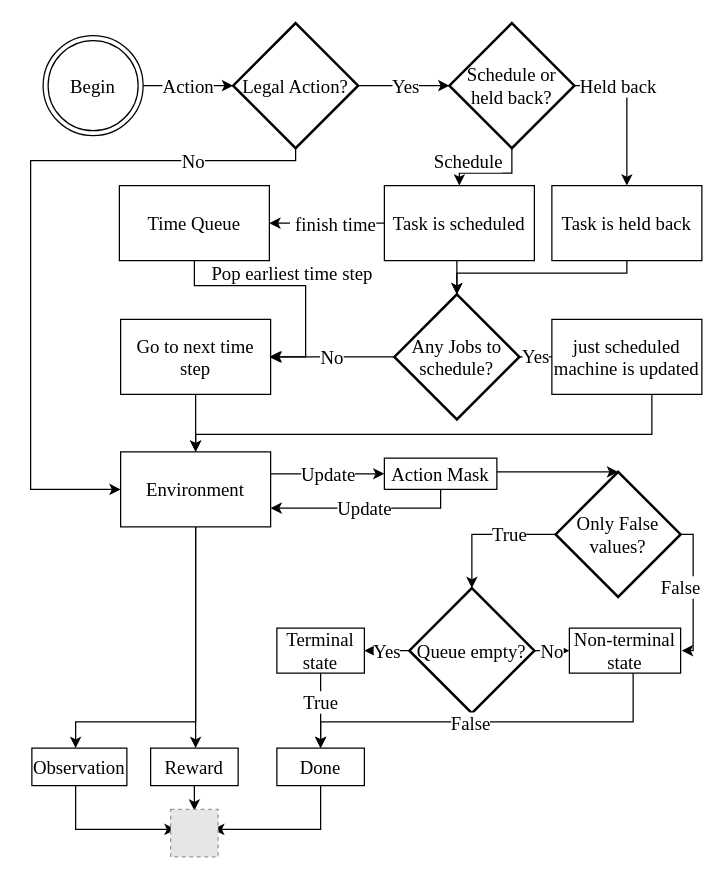
felixstillger/draw_io keeps this draw.io diagram as environment.drawio. Above is the earlier version. Source tidied: cells renumbered, new cells numbered last; positions are measured from the earlier drawing's top-left corner, leaving out a move shared by most shapes. Both pictures are drawn from the tidied source at 125%, with x=0, y=0 at pixel (30, 22). Pictures stored in the file or linked from it are replaced by grey dashed boxes.
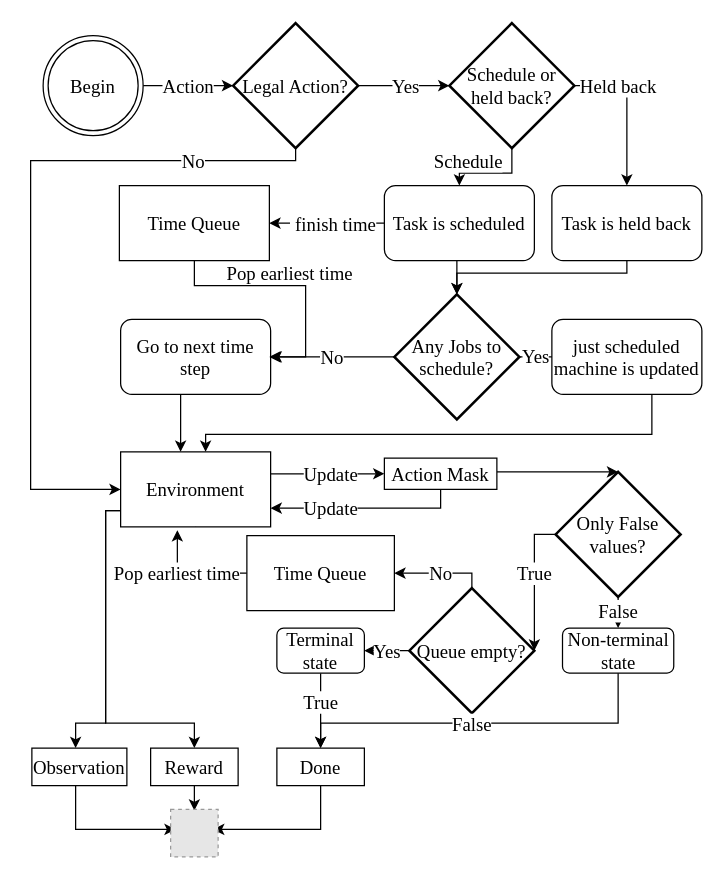
After the change.

Unchanged cells that the change refers to:
```xml
<mxCell id="10" value="Environment" style="rounded=0;whiteSpace=wrap;html=1;fontFamily=Times New Roman;fontSize=15;" parent="1" vertex="1">
  <mxGeometry x="72" y="343" width="120" height="60" as="geometry" />
</mxCell>
<mxCell id="16" value="Observation" style="rounded=0;whiteSpace=wrap;html=1;fontFamily=Times New Roman;fontSize=15;" parent="1" vertex="1">
  <mxGeometry x="1" y="580" width="76" height="30" as="geometry" />
</mxCell>
<mxCell id="18" value="Reward" style="rounded=0;whiteSpace=wrap;html=1;fontFamily=Times New Roman;fontSize=15;" parent="1" vertex="1">
  <mxGeometry x="96" y="580" width="70" height="30" as="geometry" />
</mxCell>
<mxCell id="21" value="Action Mask" style="rounded=0;whiteSpace=wrap;html=1;fontFamily=Times New Roman;fontSize=15;" parent="1" vertex="1">
  <mxGeometry x="283" y="348" width="90" height="25" as="geometry" />
</mxCell>
<mxCell id="36" value="Queue empty?" style="strokeWidth=2;html=1;shape=mxgraph.flowchart.decision;whiteSpace=wrap;fontFamily=Times New Roman;fontSize=15;" parent="1" vertex="1">
  <mxGeometry x="303" y="452" width="100" height="100" as="geometry" />
</mxCell>
<mxCell id="45" value="Only False values?" style="strokeWidth=2;html=1;shape=mxgraph.flowchart.decision;whiteSpace=wrap;fontFamily=Times New Roman;fontSize=15;" parent="1" vertex="1">
  <mxGeometry x="420" y="359" width="100" height="100" as="geometry" />
</mxCell>
<mxCell id="48" value="Time Queue" style="rounded=0;whiteSpace=wrap;html=1;fontFamily=Times New Roman;fontSize=15;" parent="1" vertex="1">
  <mxGeometry x="71" y="130" width="120" height="60" as="geometry" />
</mxCell>
```

Change to the diagram source:
```diff
@@
     <mxCell id="7" value="Update" style="edgeStyle=orthogonalEdgeStyle;rounded=0;jettySize=auto;html=1;entryX=0;entryY=0.5;entryDx=0;entryDy=0;fontFamily=Times New Roman;fontSize=15;" parent="1" edge="1" source="10" target="21">
-      <mxGeometry relative="1" as="geometry">
+      <mxGeometry x="0.05" relative="1" as="geometry">
         <Array as="points">
           <mxPoint x="238" y="361" />
         </Array>
       </mxGeometry>
     </mxCell>
-    <mxCell id="8" style="edgeStyle=orthogonalEdgeStyle;rounded=0;jettySize=auto;html=1;fontFamily=Times New Roman;fontSize=15;" parent="1" edge="1" source="10" target="18">
+    <mxCell id="8" style="edgeStyle=orthogonalEdgeStyle;rounded=0;jettySize=auto;html=1;fontFamily=Times New Roman;fontSize=15;entryX=0.5;entryY=0;entryDx=0;entryDy=0;" parent="1" edge="1" source="10" target="18">
       <mxGeometry relative="1" as="geometry">
         <Array as="points">
-          <mxPoint x="132" y="528" />
-          <mxPoint x="132" y="528" />
+          <mxPoint x="60" y="390" />
+          <mxPoint x="60" y="560" />
+          <mxPoint x="131" y="560" />
         </Array>
       </mxGeometry>
     </mxCell>
     <mxCell id="9" style="edgeStyle=orthogonalEdgeStyle;rounded=0;jettySize=auto;html=1;fontFamily=Times New Roman;fontSize=15;" parent="1" edge="1" target="16">
       <mxGeometry relative="1" as="geometry">
         <mxPoint x="132" y="403" as="sourcePoint" />
         <Array as="points">
-          <mxPoint x="132" y="559" />
-          <mxPoint x="36" y="559" />
+          <mxPoint x="132" y="390" />
+          <mxPoint x="60" y="390" />
+          <mxPoint x="60" y="560" />
+          <mxPoint x="36" y="560" />
         </Array>
       </mxGeometry>
     </mxCell>
@@
-    <mxCell id="14" value="Task is scheduled" style="rounded=0;whiteSpace=wrap;html=1;fontFamily=Times New Roman;fontSize=15;" parent="1" vertex="1">
+    <mxCell id="14" value="Task is scheduled" style="rounded=1;whiteSpace=wrap;html=1;fontFamily=Times New Roman;fontSize=15;" parent="1" vertex="1">
       <mxGeometry x="283" y="130" width="120" height="60" as="geometry" />
     </mxCell>
@@
+    <mxCell id="20" style="edgeStyle=orthogonalEdgeStyle;rounded=0;jettySize=auto;html=1;entryX=0.5;entryY=0;entryDx=0;entryDy=0;entryPerimeter=0;fontFamily=Times New Roman;fontSize=15;" parent="1" edge="1" source="21" target="45">
+      <mxGeometry relative="1" as="geometry">
+        <Array as="points">
+          <mxPoint x="387" y="359" />
+          <mxPoint x="387" y="359" />
+        </Array>
+      </mxGeometry>
+    </mxCell>
-    <mxCell id="19" value="Update" style="edgeStyle=orthogonalEdgeStyle;rounded=0;jettySize=auto;html=1;entryX=1;entryY=0.75;entryDx=0;entryDy=0;fontFamily=Times New Roman;fontSize=15;" parent="1" edge="1" source="21" target="10">
-      <mxGeometry relative="1" as="geometry">
+    <mxCell id="19" value="Update" style="edgeStyle=orthogonalEdgeStyle;rounded=0;orthogonalLoop=1;jettySize=auto;html=1;entryX=1;entryY=0.75;entryDx=0;entryDy=0;fontFamily=Times New Roman;fontSize=15;" parent="1" edge="1">
+      <mxGeometry x="0.36" relative="1" as="geometry">
+        <mxPoint x="328" y="373" as="sourcePoint" />
+        <mxPoint x="192" y="388" as="targetPoint" />
         <Array as="points">
           <mxPoint x="328" y="388" />
         </Array>
       </mxGeometry>
     </mxCell>
-    <mxCell id="20" style="edgeStyle=orthogonalEdgeStyle;rounded=0;jettySize=auto;html=1;entryX=0.5;entryY=0;entryDx=0;entryDy=0;entryPerimeter=0;fontFamily=Times New Roman;fontSize=15;" parent="1" edge="1" source="21" target="45">
-      <mxGeometry relative="1" as="geometry">
-        <Array as="points">
-          <mxPoint x="387" y="359" />
-          <mxPoint x="387" y="359" />
-        </Array>
-      </mxGeometry>
-    </mxCell>
@@
-    <mxCell id="25" style="edgeStyle=orthogonalEdgeStyle;rounded=0;jettySize=auto;html=1;entryX=0.5;entryY=0;entryDx=0;entryDy=0;fontFamily=Times New Roman;fontSize=15;" parent="1" edge="1" source="26" target="10">
-      <mxGeometry relative="1" as="geometry" />
-    </mxCell>
+    <mxCell id="49" style="edgeStyle=orthogonalEdgeStyle;rounded=0;jettySize=auto;html=1;fontFamily=Times New Roman;fontSize=15;" parent="1" edge="1" source="26">
+      <mxGeometry relative="1" as="geometry">
+        <mxPoint x="120" y="343" as="targetPoint" />
+        <Array as="points">
+          <mxPoint x="120" y="343" />
+        </Array>
+      </mxGeometry>
+    </mxCell>
-    <mxCell id="26" value="Go to next time step" style="rounded=0;whiteSpace=wrap;html=1;fontFamily=Times New Roman;fontSize=15;" parent="1" vertex="1">
+    <mxCell id="26" value="Go to next time step" style="rounded=1;whiteSpace=wrap;html=1;fontFamily=Times New Roman;fontSize=15;" parent="1" vertex="1">
       <mxGeometry x="72" y="237" width="120" height="60" as="geometry" />
     </mxCell>
     <mxCell id="27" style="edgeStyle=orthogonalEdgeStyle;rounded=0;jettySize=auto;html=1;fontFamily=Times New Roman;fontSize=15;" parent="1" edge="1" source="28" target="10">
       <mxGeometry relative="1" as="geometry">
         <Array as="points">
           <mxPoint x="497" y="329" />
-          <mxPoint x="132" y="329" />
+          <mxPoint x="140" y="329" />
         </Array>
       </mxGeometry>
     </mxCell>
-    <mxCell id="28" value="just scheduled machine is updated" style="rounded=0;whiteSpace=wrap;html=1;fontFamily=Times New Roman;fontSize=15;" parent="1" vertex="1">
+    <mxCell id="28" value="just scheduled machine is updated" style="rounded=1;whiteSpace=wrap;html=1;fontFamily=Times New Roman;fontSize=15;" parent="1" vertex="1">
       <mxGeometry x="417" y="237" width="120" height="60" as="geometry" />
     </mxCell>
@@
-    <mxCell id="33" value="Task is held back" style="rounded=0;whiteSpace=wrap;html=1;fontFamily=Times New Roman;fontSize=15;" parent="1" vertex="1">
+    <mxCell id="33" value="Task is held back" style="rounded=1;whiteSpace=wrap;html=1;fontFamily=Times New Roman;fontSize=15;" parent="1" vertex="1">
       <mxGeometry x="417" y="130" width="120" height="60" as="geometry" />
     </mxCell>
+    <mxCell id="35" value="Yes" style="edgeStyle=orthogonalEdgeStyle;rounded=0;jettySize=auto;html=1;fontFamily=Times New Roman;fontSize=15;" parent="1" edge="1" source="36" target="40">
+      <mxGeometry relative="1" as="geometry" />
+    </mxCell>
-    <mxCell id="34" value="No" style="edgeStyle=orthogonalEdgeStyle;rounded=0;jettySize=auto;html=1;entryX=0;entryY=0.5;entryDx=0;entryDy=0;fontFamily=Times New Roman;fontSize=15;" parent="1" edge="1" source="36" target="42">
-      <mxGeometry relative="1" as="geometry" />
+    <mxCell id="34" value="No" style="edgeStyle=orthogonalEdgeStyle;rounded=0;jettySize=auto;html=1;entryX=1;entryY=0.5;entryDx=0;entryDy=0;fontFamily=Times New Roman;fontSize=15;" parent="1" edge="1" source="36" target="51">
+      <mxGeometry relative="1" as="geometry">
+        <Array as="points">
+          <mxPoint x="353" y="440" />
+        </Array>
+      </mxGeometry>
     </mxCell>
-    <mxCell id="35" value="Yes" style="edgeStyle=orthogonalEdgeStyle;rounded=0;jettySize=auto;html=1;fontFamily=Times New Roman;fontSize=15;" parent="1" edge="1" source="36" target="40">
-      <mxGeometry relative="1" as="geometry" />
-    </mxCell>
@@
-    <mxCell id="40" value="Terminal state" style="rounded=0;whiteSpace=wrap;html=1;fontFamily=Times New Roman;fontSize=15;" parent="1" vertex="1">
+    <mxCell id="40" value="Terminal state" style="rounded=1;whiteSpace=wrap;html=1;fontFamily=Times New Roman;fontSize=15;" parent="1" vertex="1">
       <mxGeometry x="197" y="484" width="70" height="36" as="geometry" />
     </mxCell>
     <mxCell id="41" value="False" style="edgeStyle=orthogonalEdgeStyle;rounded=0;orthogonalLoop=1;jettySize=auto;html=1;entryX=0.5;entryY=0;entryDx=0;entryDy=0;fontFamily=Times New Roman;fontSize=15;" parent="1" edge="1">
       <mxGeometry x="0.11" y="1" relative="1" as="geometry">
         <mxPoint x="482" y="514" as="sourcePoint" />
         <mxPoint x="232" y="580" as="targetPoint" />
         <Array as="points">
-          <mxPoint x="482" y="559" />
-          <mxPoint x="232" y="559" />
+          <mxPoint x="470" y="514" />
+          <mxPoint x="470" y="560" />
+          <mxPoint x="232" y="560" />
         </Array>
       </mxGeometry>
     </mxCell>
-    <mxCell id="42" value="Non-terminal state" style="rounded=0;whiteSpace=wrap;html=1;fontFamily=Times New Roman;fontSize=15;" parent="1" vertex="1">
-      <mxGeometry x="431" y="484" width="89" height="36" as="geometry" />
+    <mxCell id="42" value="Non-terminal state" style="rounded=1;whiteSpace=wrap;html=1;fontFamily=Times New Roman;fontSize=15;" parent="1" vertex="1">
+      <mxGeometry x="425.5" y="484" width="89" height="36" as="geometry" />
     </mxCell>
-    <mxCell id="43" value="True" style="edgeStyle=orthogonalEdgeStyle;rounded=0;jettySize=auto;html=1;entryX=0.5;entryY=0;entryDx=0;entryDy=0;entryPerimeter=0;fontFamily=Times New Roman;fontSize=15;" parent="1" edge="1" source="45" target="36">
-      <mxGeometry x="-0.33" relative="1" as="geometry" />
+    <mxCell id="43" value="True" style="edgeStyle=orthogonalEdgeStyle;rounded=0;jettySize=auto;html=1;entryX=1;entryY=0.5;entryDx=0;entryDy=0;entryPerimeter=0;fontFamily=Times New Roman;fontSize=15;" parent="1" edge="1" source="45" target="36">
+      <mxGeometry x="-0.13" relative="1" as="geometry">
+        <Array as="points">
+          <mxPoint x="403" y="409" />
+        </Array>
+      </mxGeometry>
     </mxCell>
-    <mxCell id="44" value="False" style="edgeStyle=orthogonalEdgeStyle;rounded=0;jettySize=auto;html=1;fontFamily=Times New Roman;fontSize=15;" parent="1" edge="1" source="45">
-      <mxGeometry x="-0.08" y="-10" relative="1" as="geometry">
-        <mxPoint x="521" y="502" as="targetPoint" />
-        <Array as="points">
-          <mxPoint x="530" y="409" />
-          <mxPoint x="530" y="502" />
-        </Array>
-      </mxGeometry>
+    <mxCell id="44" value="False" style="edgeStyle=orthogonalEdgeStyle;rounded=0;jettySize=auto;html=1;fontFamily=Times New Roman;fontSize=15;" parent="1" edge="1" source="45" target="42">
+      <mxGeometry x="0.49" relative="1" as="geometry" />
     </mxCell>
@@
-    <mxCell id="47" value="&lt;span style=&quot;caret-color: rgb(0, 0, 0); color: rgb(0, 0, 0); font-family: &amp;quot;Times New Roman&amp;quot;; font-size: 15px; font-style: normal; font-variant-caps: normal; font-weight: 400; letter-spacing: normal; text-align: center; text-indent: 0px; text-transform: none; word-spacing: 0px; -webkit-text-stroke-width: 0px; background-color: rgb(255, 255, 255); text-decoration: none; float: none; display: inline !important;&quot;&gt;Pop earliest time step&lt;/span&gt;" style="edgeStyle=orthogonalEdgeStyle;rounded=0;jettySize=auto;html=1;" parent="1" edge="1" source="48">
+    <mxCell id="47" value="&lt;span style=&quot;caret-color: rgb(0, 0, 0); color: rgb(0, 0, 0); font-family: &amp;quot;Times New Roman&amp;quot;; font-size: 15px; font-style: normal; font-variant-caps: normal; font-weight: 400; letter-spacing: normal; text-align: center; text-indent: 0px; text-transform: none; word-spacing: 0px; -webkit-text-stroke-width: 0px; background-color: rgb(255, 255, 255); text-decoration: none; float: none; display: inline !important;&quot;&gt;Pop earliest time&amp;nbsp;&lt;/span&gt;" style="edgeStyle=orthogonalEdgeStyle;rounded=0;jettySize=auto;html=1;" parent="1" edge="1" source="48">
       <mxGeometry x="0.01" y="10" relative="1" as="geometry">
         <mxPoint x="191" y="267" as="targetPoint" />
         <Array as="points">
           <mxPoint x="131" y="210" />
           <mxPoint x="220" y="210" />
           <mxPoint x="220" y="267" />
         </Array>
       </mxGeometry>
     </mxCell>
@@
+    <mxCell id="50" value="&lt;span style=&quot;caret-color: rgb(0, 0, 0); color: rgb(0, 0, 0); font-family: &amp;quot;Times New Roman&amp;quot;; font-size: 15px; font-style: normal; font-variant-caps: normal; font-weight: 400; letter-spacing: normal; text-align: center; text-indent: 0px; text-transform: none; word-spacing: 0px; -webkit-text-stroke-width: 0px; background-color: rgb(255, 255, 255); text-decoration: none; float: none; display: inline !important;&quot;&gt;Pop earliest time&lt;/span&gt;" style="edgeStyle=orthogonalEdgeStyle;rounded=0;jettySize=auto;html=1;entryX=0.378;entryY=1.044;entryDx=0;entryDy=0;entryPerimeter=0;fontFamily=Times New Roman;fontSize=15;" parent="1" edge="1" source="51" target="10">
+      <mxGeometry x="0.24" relative="1" as="geometry">
+        <Array as="points">
+          <mxPoint x="117" y="440" />
+        </Array>
+      </mxGeometry>
+    </mxCell>
+    <mxCell id="51" value="Time Queue" style="rounded=0;whiteSpace=wrap;html=1;fontFamily=Times New Roman;fontSize=15;" parent="1" vertex="1">
+      <mxGeometry x="173" y="410" width="118" height="60" as="geometry" />
+    </mxCell>
```
